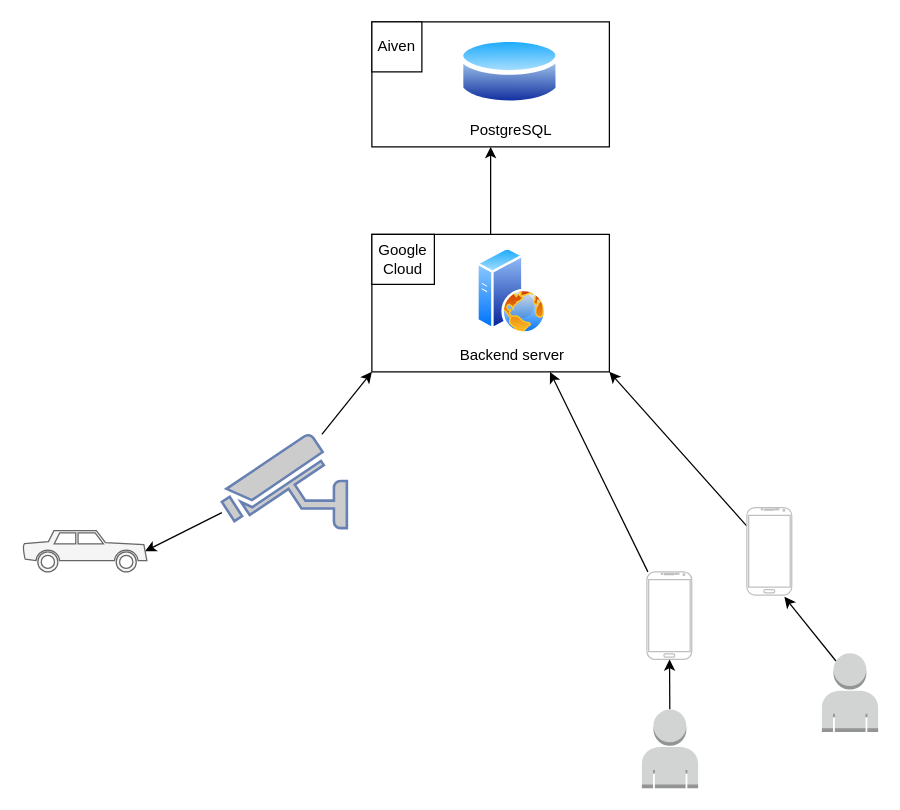
This is block_diagram.drawio from borisovkaloyan/diplomna-bak, a draw.io file, before an edit. Source tidied: cells renumbered, new cells numbered last; positions are measured from the earlier drawing's top-left corner, leaving out a move shared by most shapes. Both pictures are drawn from the tidied source at 125%, with x=0, y=0 at pixel (21, 21).
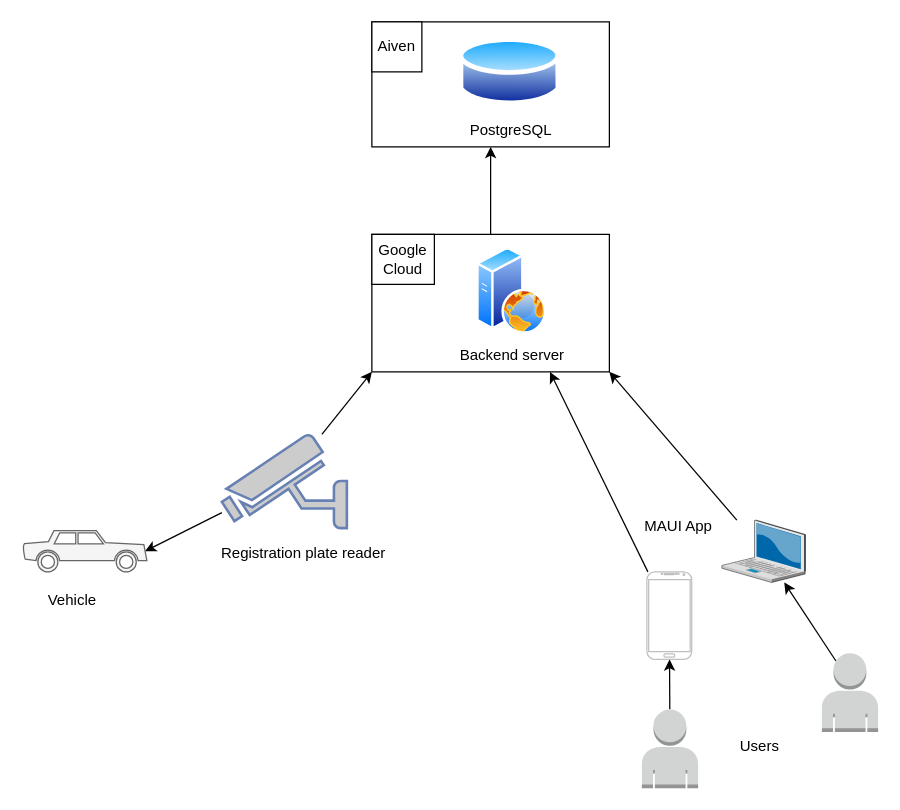
The same page after the edit.

Unchanged cells that the change refers to:
```xml
<mxCell id="3" style="rounded=0;whiteSpace=wrap;html=1;" parent="1" vertex="1">
  <mxGeometry x="280" y="170" width="190" height="110" as="geometry" />
</mxCell>
<mxCell id="15" style="outlineConnect=0;dashed=0;verticalLabelPosition=bottom;verticalAlign=top;align=center;html=1;shape=mxgraph.aws3.user;fillColor=#D2D3D3;gradientColor=none;" parent="1" vertex="1">
  <mxGeometry x="640" y="505" width="45" height="63" as="geometry" />
</mxCell>
```

The edit, as a diff of the source:
```diff
@@
-    <mxCell id="8" style="edgeStyle=none;html=1;entryX=1;entryY=1;entryDx=0;entryDy=0;" parent="1" edge="1" source="9" target="3">
+    <mxCell id="8" style="edgeStyle=none;html=1;entryX=1;entryY=1;entryDx=0;entryDy=0;" parent="1" edge="1" source="22" target="3">
       <mxGeometry relative="1" as="geometry" />
     </mxCell>
-    <mxCell id="9" style="verticalLabelPosition=bottom;verticalAlign=top;html=1;shadow=0;dashed=0;strokeWidth=1;shape=mxgraph.android.phone2;strokeColor=#c0c0c0;" parent="1" vertex="1">
-      <mxGeometry x="580" y="388.5" width="35.9" height="70" as="geometry" />
-    </mxCell>
@@
-    <mxCell id="14" style="edgeStyle=none;html=1;exitX=0.25;exitY=0.1;exitDx=0;exitDy=0;exitPerimeter=0;entryX=0.836;entryY=1.021;entryDx=0;entryDy=0;entryPerimeter=0;" parent="1" edge="1" source="15" target="9">
+    <mxCell id="14" style="edgeStyle=none;html=1;exitX=0.25;exitY=0.1;exitDx=0;exitDy=0;exitPerimeter=0;" parent="1" edge="1" source="15" target="22">
       <mxGeometry relative="1" as="geometry" />
     </mxCell>
@@
+    <mxCell id="21" value="MAUI App" style="text;html=1;align=center;verticalAlign=middle;strokeColor=none;fillColor=none;" parent="1" vertex="1">
+      <mxGeometry x="485" y="388.5" width="80" height="30" as="geometry" />
+    </mxCell>
+    <mxCell id="22" style="verticalLabelPosition=bottom;sketch=0;html=1;verticalAlign=top;strokeColor=none;align=center;outlineConnect=0;shape=mxgraph.citrix.laptop_2;" parent="1" vertex="1">
+      <mxGeometry x="560" y="398.6" width="66.9" height="49.9" as="geometry" />
+    </mxCell>
+    <mxCell id="23" value="Users" style="text;html=1;align=center;verticalAlign=middle;strokeColor=none;fillColor=none;" parent="1" vertex="1">
+      <mxGeometry x="565" y="565" width="50" height="30" as="geometry" />
+    </mxCell>
+    <mxCell id="24" value="Vehicle" style="text;html=1;align=center;verticalAlign=middle;strokeColor=none;fillColor=none;" parent="1" vertex="1">
+      <mxGeometry x="10" y="448.4" width="60" height="30" as="geometry" />
+    </mxCell>
+    <mxCell id="25" value="Registration plate reader" style="text;html=1;align=center;verticalAlign=middle;strokeColor=none;fillColor=none;" parent="1" vertex="1">
+      <mxGeometry x="150" y="410" width="150" height="30" as="geometry" />
+    </mxCell>
```
